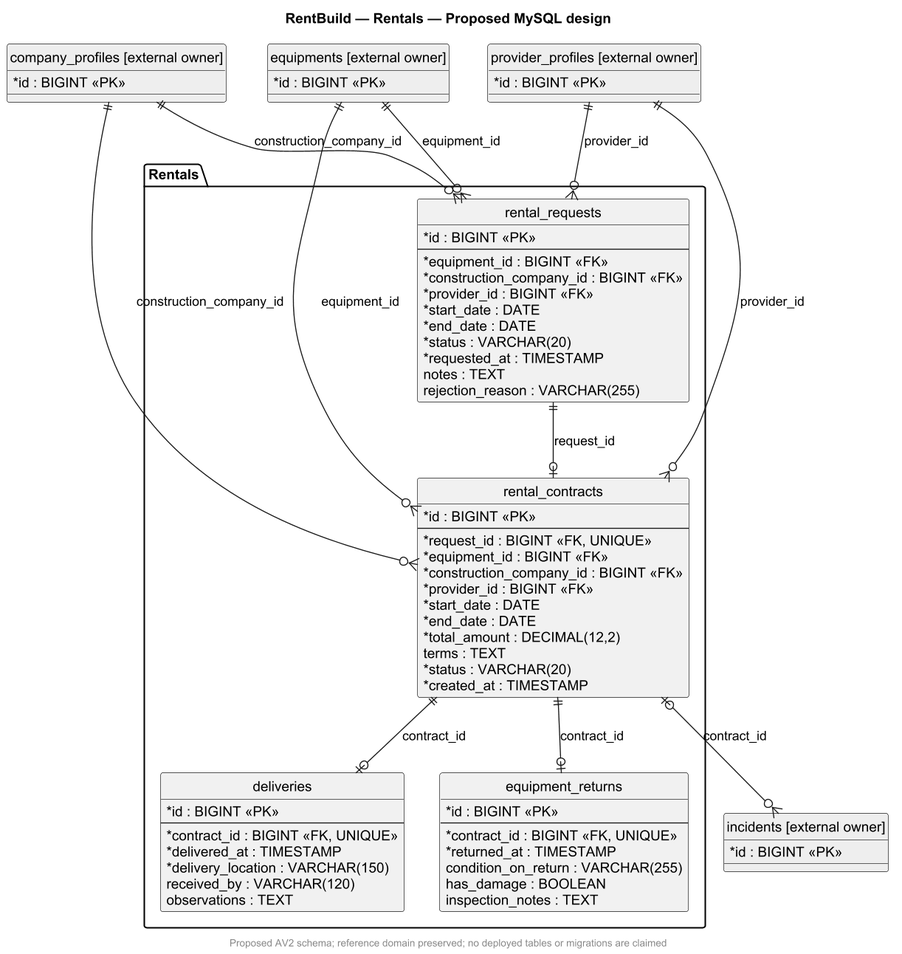
Before: assets/tb1-reference-design/erd-rentals.png, a diagram exported from PlantUML (upc-pre-202620-1asi0730-8093-dataflux/dataflux-project-report).
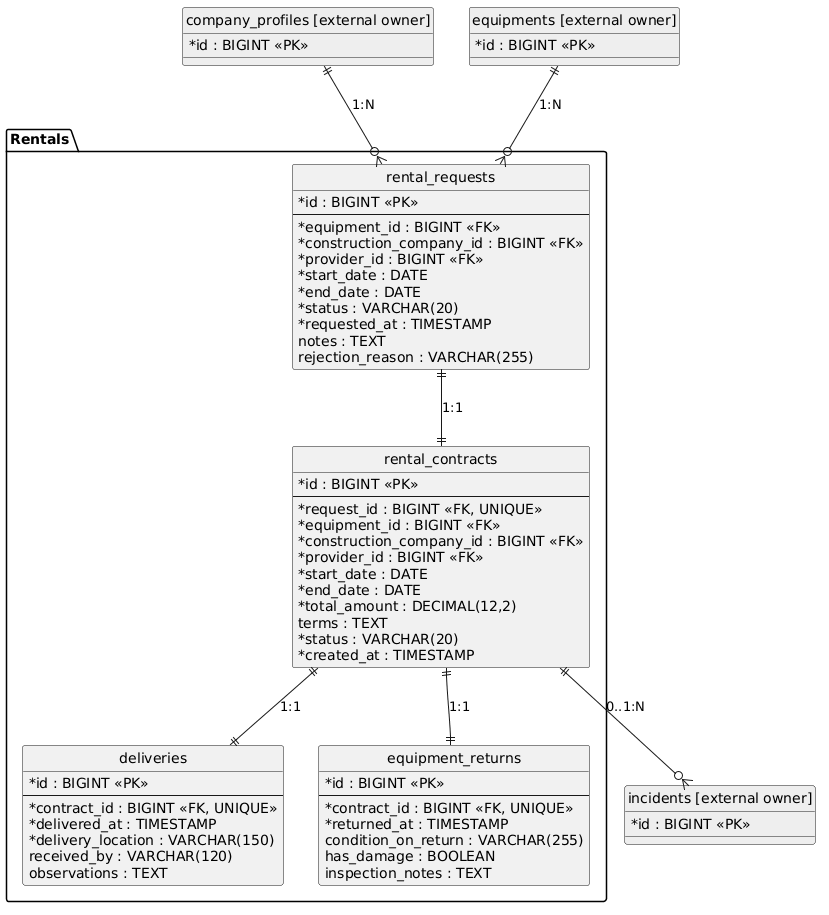
Later version of the same file.

Change to the diagram source:
```diff
@@ -1,8 +1,5 @@
 @startuml
-title RentBuild — Rentals — Proposed MySQL design
-skinparam shadowing false
-skinparam defaultFontName Arial
-skinparam dpi 130
+skinparam defaultFontName "DejaVu Sans"
 hide circle
 skinparam classAttributeIconSize 0
 package "Rentals" {
@@ -61,18 +58,10 @@
 entity "incidents [external owner]" as incidents #EEEEEE {
   * id : BIGINT <<PK>>
 }
-entity "provider_profiles [external owner]" as provider_profiles #EEEEEE {
-  * id : BIGINT <<PK>>
-}
-equipments ||--o{ rental_requests : equipment_id
-company_profiles ||--o{ rental_requests : construction_company_id
-provider_profiles ||--o{ rental_requests : provider_id
-rental_requests ||--o| rental_contracts : request_id
-equipments ||--o{ rental_contracts : equipment_id
-company_profiles ||--o{ rental_contracts : construction_company_id
-provider_profiles ||--o{ rental_contracts : provider_id
-rental_contracts ||--o| deliveries : contract_id
-rental_contracts ||--o| equipment_returns : contract_id
-rental_contracts |o--o{ incidents : contract_id
-footer Proposed AV2 schema; reference domain preserved; no deployed tables or migrations are claimed
+equipments ||--o{ rental_requests : "1:N"
+company_profiles ||--o{ rental_requests : "1:N"
+rental_requests ||--|| rental_contracts : "1:1"
+rental_contracts ||--|| deliveries : "1:1"
+rental_contracts ||--|| equipment_returns : "1:1"
+rental_contracts ||--o{ incidents : "0..1:N"
 @enduml
```
